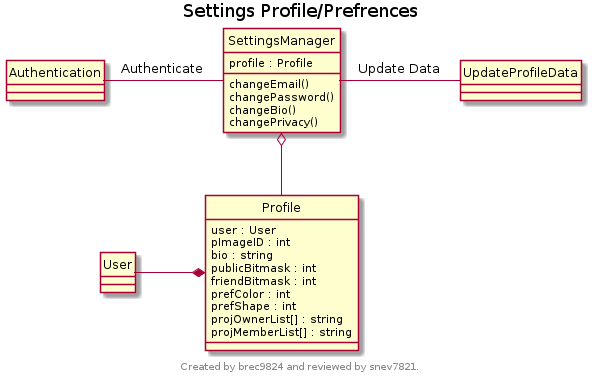
uidaho/cs383 keeps this PlantUML diagram as Deliverables/Master Requirements Specification/diagrams/class-SettingsManager.png. Above is the earlier version.
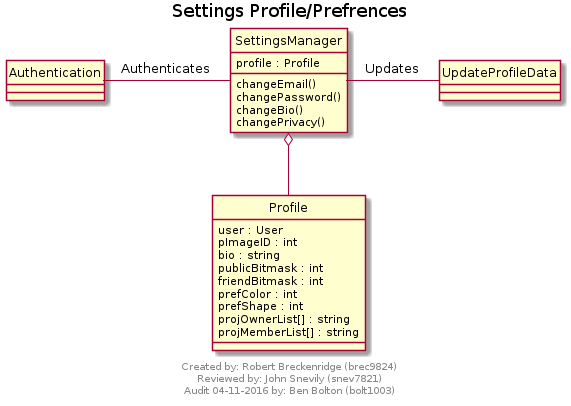
Above is the later version.

What changed in the source:
```diff
@@ -1,8 +1,13 @@
 @startuml
+scale max 700 width
 title Settings Profile/Prefrences
+
 footer
-Created by brec9824 and reviewed by snev7821.
+Created by: Robert Breckenridge (brec9824)
+Reviewed by: John Snevily (snev7821)
+Audit 04-11-2016 by: Ben Bolton (bolt1003)
 endfooter
+
 hide circles
 
 class SettingsManager {
@@ -13,8 +18,6 @@
 changePrivacy()
 }
 class UpdateProfileData {
-}
-class User {
 }
 class Authentication {
 }
@@ -29,8 +32,7 @@
 projOwnerList[] : string
 projMemberList[] : string
 }
-Profile *-left- User
 SettingsManager o-down- Profile
-SettingsManager -right- UpdateProfileData : "Update Data"
-Authentication -right- SettingsManager : "Authenticate"
+SettingsManager -right- UpdateProfileData : "Updates"
+Authentication -right- SettingsManager : "Authenticates"
 @enduml
```
